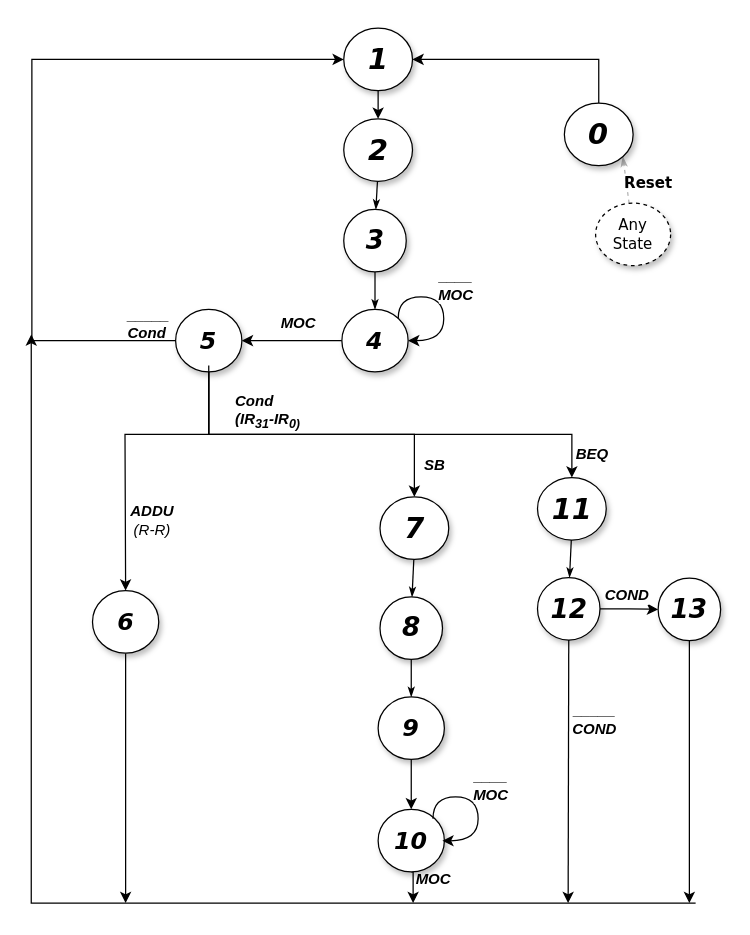
TheParodicts/MIPS_CPU_Diagram keeps this draw.io diagram as CPU_State_Diag.drawio. Above is the earlier version. Source tidied: cells renumbered, new cells numbered last; positions are measured from the earlier drawing's top-left corner, leaving out a move shared by most shapes. Both pictures are drawn from the tidied source at 125%, with x=0, y=0 at pixel (30, 28).
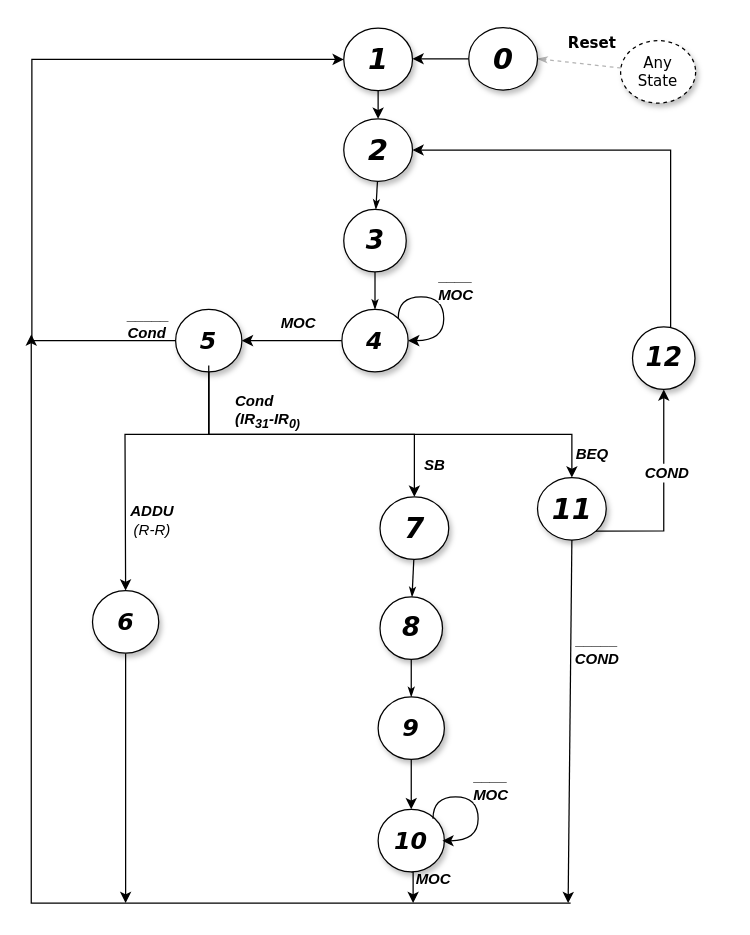
The same diagram, later.

Unchanged cells that the change refers to:
```xml
<mxCell id="5" value="&lt;b&gt;&lt;i&gt;&lt;font style=&quot;font-size: 23px&quot;&gt;2&lt;/font&gt;&lt;/i&gt;&lt;/b&gt;" style="ellipse;whiteSpace=wrap;html=1;rounded=0;shadow=1;comic=0;labelBackgroundColor=none;strokeColor=#000000;strokeWidth=1;fillColor=#FFFFFF;fontFamily=Verdana;fontSize=12;fontColor=#000000;align=center;" parent="1" vertex="1">
  <mxGeometry x="250.5" y="72.5" width="55" height="50" as="geometry" />
</mxCell>
<mxCell id="9" value="&lt;b&gt;&lt;i&gt;&lt;font style=&quot;font-size: 23px&quot;&gt;1&lt;/font&gt;&lt;/i&gt;&lt;/b&gt;" style="ellipse;whiteSpace=wrap;html=1;rounded=0;shadow=1;comic=0;labelBackgroundColor=none;strokeColor=#000000;strokeWidth=1;fillColor=#FFFFFF;fontFamily=Verdana;fontSize=12;fontColor=#000000;align=center;" parent="1" vertex="1">
  <mxGeometry x="250.5" width="55" height="50" as="geometry" />
</mxCell>
<mxCell id="40" value="&lt;span style=&quot;font-size: 23px&quot;&gt;&lt;b&gt;&lt;i&gt;11&lt;/i&gt;&lt;/b&gt;&lt;/span&gt;" style="ellipse;whiteSpace=wrap;html=1;rounded=0;shadow=1;comic=0;labelBackgroundColor=none;strokeColor=#000000;strokeWidth=1;fillColor=#FFFFFF;fontFamily=Verdana;fontSize=12;fontColor=#000000;align=center;" parent="1" vertex="1">
  <mxGeometry x="405.5" y="359.5" width="55" height="50" as="geometry" />
</mxCell>
```

What changed in the source:
```diff
@@
-    <mxCell id="2" value="&lt;b&gt;Reset&lt;/b&gt;" style="edgeStyle=none;rounded=1;html=1;labelBackgroundColor=none;startArrow=none;startFill=0;startSize=5;endArrow=classicThin;endFill=1;endSize=5;jettySize=auto;strokeColor=#B3B3B3;strokeWidth=1;fontFamily=Verdana;fontSize=12;fontColor=#000000;dashed=1;entryX=1;entryY=1;entryDx=0;entryDy=0;" parent="1" edge="1" source="3" target="7">
+    <mxCell id="2" value="&lt;b&gt;Reset&lt;/b&gt;" style="edgeStyle=none;rounded=1;html=1;labelBackgroundColor=none;startArrow=none;startFill=0;startSize=5;endArrow=classicThin;endFill=1;endSize=5;jettySize=auto;strokeColor=#B3B3B3;strokeWidth=1;fontFamily=Verdana;fontSize=12;fontColor=#000000;dashed=1;entryX=1;entryY=0.5;entryDx=0;entryDy=0;" parent="1" edge="1" source="3" target="7">
       <mxGeometry x="-0.27" y="-17" relative="1" as="geometry" />
     </mxCell>
     <mxCell id="3" value="Any State" style="ellipse;whiteSpace=wrap;html=1;rounded=0;shadow=1;comic=0;labelBackgroundColor=none;strokeColor=#000000;strokeWidth=1;fillColor=#FFFFFF;fontFamily=Verdana;fontSize=12;fontColor=#000000;align=center;dashed=1;" parent="1" vertex="1">
-      <mxGeometry x="452" y="140" width="60" height="50" as="geometry" />
+      <mxGeometry x="472" y="10" width="60" height="50" as="geometry" />
     </mxCell>
@@
-    <mxCell id="6" style="edgeStyle=orthogonalEdgeStyle;rounded=0;jettySize=auto;html=1;" parent="1" edge="1" source="7" target="9">
+    <mxCell id="6" style="edgeStyle=orthogonalEdgeStyle;rounded=0;jettySize=auto;html=1;exitX=0;exitY=0.5;exitDx=0;exitDy=0;" parent="1" edge="1" source="7" target="9">
       <mxGeometry relative="1" as="geometry">
         <Array as="points">
-          <mxPoint x="455" y="25" />
+          <mxPoint x="332" y="24" />
+          <mxPoint x="332" y="24" />
         </Array>
       </mxGeometry>
     </mxCell>
     <mxCell id="7" value="&lt;b&gt;&lt;i&gt;&lt;font style=&quot;font-size: 23px&quot;&gt;0&lt;/font&gt;&lt;/i&gt;&lt;/b&gt;" style="ellipse;whiteSpace=wrap;html=1;rounded=0;shadow=1;comic=0;labelBackgroundColor=none;strokeColor=#000000;strokeWidth=1;fillColor=#FFFFFF;fontFamily=Verdana;fontSize=12;fontColor=#000000;align=center;" parent="1" vertex="1">
-      <mxGeometry x="427" y="60" width="55" height="50" as="geometry" />
+      <mxGeometry x="350.5" y="-0.5" width="55" height="50" as="geometry" />
     </mxCell>
@@
     <mxCell id="25" style="endArrow=classic;html=1;edgeStyle=orthogonalEdgeStyle;rounded=0;" parent="1" edge="1">
       <mxGeometry relative="1" as="geometry">
-        <mxPoint x="532" y="700" as="sourcePoint" />
+        <mxPoint x="432" y="700" as="sourcePoint" />
         <mxPoint x="0.5" y="245" as="targetPoint" />
         <Array as="points">
           <mxPoint x="201" y="700" />
           <mxPoint x="1" y="700" />
         </Array>
       </mxGeometry>
     </mxCell>
@@
-    <mxCell id="39" style="edgeStyle=none;rounded=1;html=1;labelBackgroundColor=none;startArrow=none;startFill=0;startSize=5;endArrow=classicThin;endFill=1;endSize=5;jettySize=auto;strokeColor=#000000;strokeWidth=1;fontFamily=Verdana;fontSize=12;fontColor=#000000;" parent="1" edge="1" source="40" target="45">
-      <mxGeometry relative="1" as="geometry" />
-    </mxCell>
@@
-    <mxCell id="41" style="edgeStyle=orthogonalEdgeStyle;rounded=0;jumpSize=0;jettySize=auto;html=1;exitX=0.5;exitY=1;exitDx=0;exitDy=0;strokeColor=#000000;" parent="1" edge="1" source="45">
+    <mxCell id="41" style="rounded=0;jumpSize=0;jettySize=auto;html=1;exitX=0.5;exitY=1;exitDx=0;exitDy=0;strokeColor=#000000;" parent="1" edge="1" source="40">
       <mxGeometry relative="1" as="geometry">
         <mxPoint x="430" y="700" as="targetPoint" />
       </mxGeometry>
     </mxCell>
@@
-    <mxCell id="43" style="edgeStyle=orthogonalEdgeStyle;rounded=0;jumpSize=0;jettySize=auto;html=1;strokeColor=#000000;" parent="1" edge="1" source="45" target="47">
+    <mxCell id="43" style="edgeStyle=orthogonalEdgeStyle;rounded=0;jumpSize=0;jettySize=auto;html=1;strokeColor=#000000;exitX=1;exitY=1;exitDx=0;exitDy=0;" parent="1" edge="1" source="40" target="47">
       <mxGeometry relative="1" as="geometry" />
     </mxCell>
@@
-    <mxCell id="45" value="&lt;span&gt;&lt;b&gt;&lt;i&gt;&lt;font style=&quot;font-size: 21px&quot;&gt;12&lt;/font&gt;&lt;/i&gt;&lt;/b&gt;&lt;/span&gt;" style="ellipse;whiteSpace=wrap;html=1;rounded=0;shadow=1;comic=0;labelBackgroundColor=none;strokeColor=#000000;strokeWidth=1;fillColor=#FFFFFF;fontFamily=Verdana;fontSize=12;fontColor=#000000;align=center;" parent="1" vertex="1">
-      <mxGeometry x="405.5" y="439.5" width="50" height="50" as="geometry" />
-    </mxCell>
-    <mxCell id="46" style="edgeStyle=orthogonalEdgeStyle;rounded=0;jumpSize=0;jettySize=auto;html=1;exitX=0.5;exitY=1;exitDx=0;exitDy=0;strokeColor=#000000;" parent="1" edge="1" source="47">
+    <mxCell id="46" style="edgeStyle=orthogonalEdgeStyle;rounded=0;jumpSize=0;jettySize=auto;html=1;strokeColor=#000000;entryX=1;entryY=0.5;entryDx=0;entryDy=0;" parent="1" edge="1" source="47" target="5">
       <mxGeometry relative="1" as="geometry">
-        <mxPoint x="527" y="700" as="targetPoint" />
+        <Array as="points">
+          <mxPoint x="512" y="97" />
+        </Array>
       </mxGeometry>
     </mxCell>
-    <mxCell id="47" value="&lt;span&gt;&lt;b&gt;&lt;i&gt;&lt;font style=&quot;font-size: 21px&quot;&gt;13&lt;/font&gt;&lt;/i&gt;&lt;/b&gt;&lt;/span&gt;" style="ellipse;whiteSpace=wrap;html=1;rounded=0;shadow=1;comic=0;labelBackgroundColor=none;strokeColor=#000000;strokeWidth=1;fillColor=#FFFFFF;fontFamily=Verdana;fontSize=12;fontColor=#000000;align=center;" parent="1" vertex="1">
-      <mxGeometry x="502" y="440" width="50" height="50" as="geometry" />
+    <mxCell id="47" value="&lt;span&gt;&lt;b&gt;&lt;i&gt;&lt;font style=&quot;font-size: 21px&quot;&gt;12&lt;/font&gt;&lt;/i&gt;&lt;/b&gt;&lt;/span&gt;" style="ellipse;whiteSpace=wrap;html=1;rounded=0;shadow=1;comic=0;labelBackgroundColor=none;strokeColor=#000000;strokeWidth=1;fillColor=#FFFFFF;fontFamily=Verdana;fontSize=12;fontColor=#000000;align=center;" parent="1" vertex="1">
+      <mxGeometry x="481.5" y="239" width="50" height="50" as="geometry" />
     </mxCell>
```
